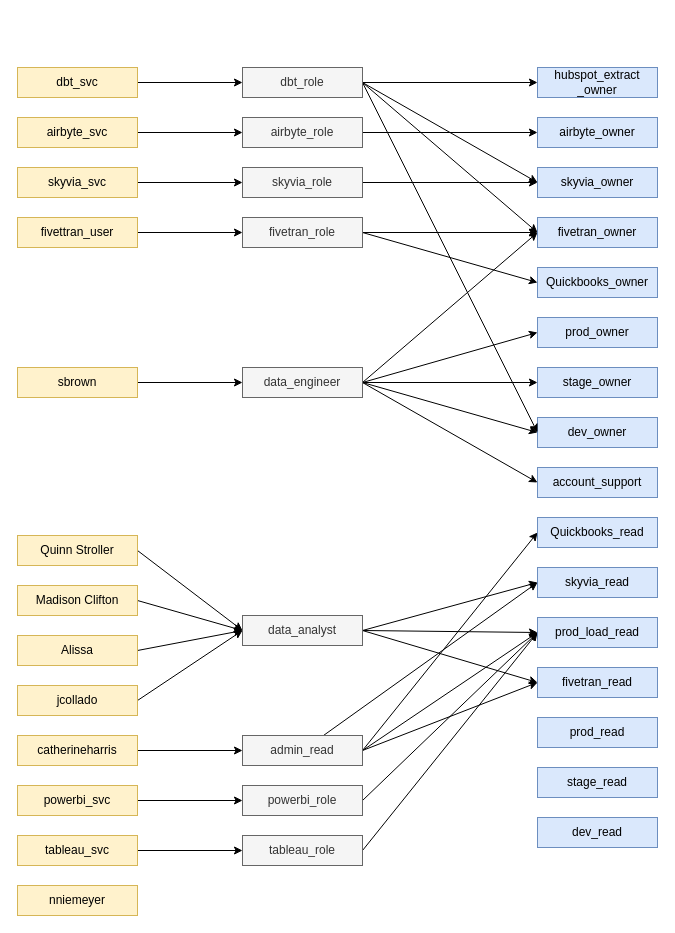
The draw.io diagram Documentation/Snowflake Security Diagram.drawio in samsolo512/Transactly, before the edit. Source tidied: cells renumbered, new cells numbered last; positions are measured from the earlier drawing's top-left corner, leaving out a move shared by most shapes. Both pictures are drawn from the tidied source at 100%, with x=0, y=0 at pixel (17, 67).
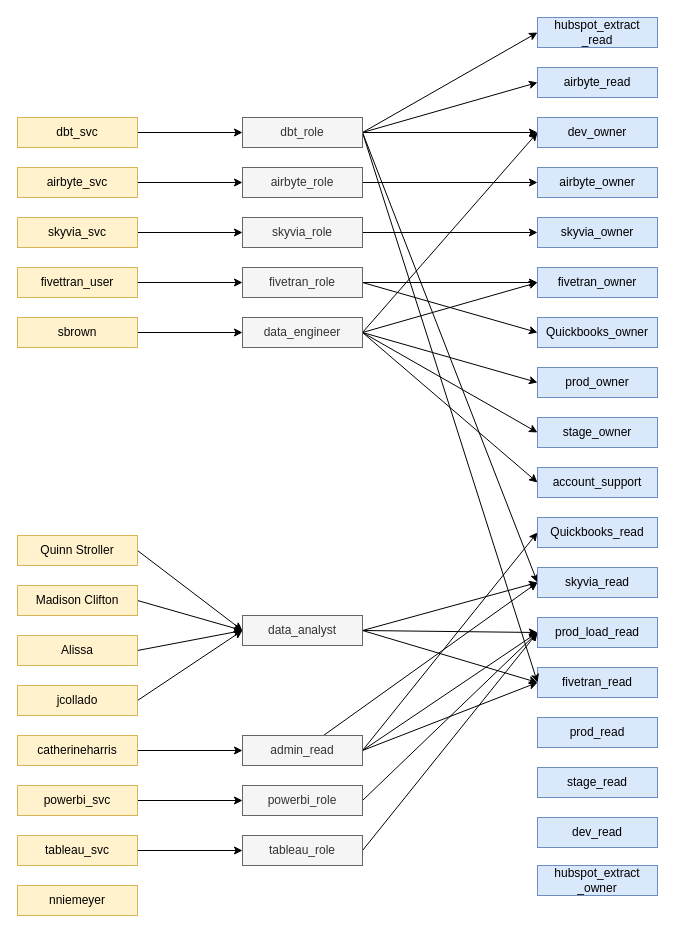
Above is the later version.

The change refers to these unchanged cells:
```xml
<mxCell id="27" value="fivetran_read" style="rounded=0;whiteSpace=wrap;html=1;fillColor=#dae8fc;strokeColor=#6c8ebf;" parent="1" vertex="1">
  <mxGeometry x="520" y="600" width="120" height="30" as="geometry" />
</mxCell>
<mxCell id="67" value="skyvia_read" style="rounded=0;whiteSpace=wrap;html=1;fillColor=#dae8fc;strokeColor=#6c8ebf;" parent="1" vertex="1">
  <mxGeometry x="520" y="500" width="120" height="30" as="geometry" />
</mxCell>
```

The edit, as a diff of the source:
```diff
@@
     <mxCell id="3" value="fivettran_user" style="rounded=0;whiteSpace=wrap;html=1;fillColor=#fff2cc;strokeColor=#d6b656;" parent="1" vertex="1">
-      <mxGeometry y="150" width="120" height="30" as="geometry" />
+      <mxGeometry y="200" width="120" height="30" as="geometry" />
     </mxCell>
@@
     <mxCell id="5" value="sbrown" style="rounded=0;whiteSpace=wrap;html=1;fillColor=#fff2cc;strokeColor=#d6b656;" parent="1" vertex="1">
-      <mxGeometry y="300" width="120" height="30" as="geometry" />
+      <mxGeometry y="250" width="120" height="30" as="geometry" />
     </mxCell>
@@
     <mxCell id="18" value="data_engineer" style="rounded=0;whiteSpace=wrap;html=1;fillColor=#f5f5f5;fontColor=#333333;strokeColor=#666666;" parent="1" vertex="1">
-      <mxGeometry x="225" y="300" width="120" height="30" as="geometry" />
+      <mxGeometry x="225" y="250" width="120" height="30" as="geometry" />
     </mxCell>
-    <mxCell id="19" style="edgeStyle=orthogonalEdgeStyle;rounded=0;jettySize=auto;html=1;entryX=0;entryY=0.5;entryDx=0;entryDy=0;" parent="1" edge="1" source="21" target="26">
+    <mxCell id="19" style="rounded=0;jettySize=auto;html=1;entryX=0;entryY=0.5;entryDx=0;entryDy=0;exitX=1;exitY=0.5;exitDx=0;exitDy=0;" parent="1" edge="1" source="21" target="26">
       <mxGeometry relative="1" as="geometry" />
     </mxCell>
@@
     <mxCell id="21" value="fivetran_role" style="rounded=0;whiteSpace=wrap;html=1;fillColor=#f5f5f5;fontColor=#333333;strokeColor=#666666;" parent="1" vertex="1">
-      <mxGeometry x="225" y="150" width="120" height="30" as="geometry" />
+      <mxGeometry x="225" y="200" width="120" height="30" as="geometry" />
     </mxCell>
@@
     <mxCell id="26" value="fivetran_owner" style="rounded=0;whiteSpace=wrap;html=1;fillColor=#dae8fc;strokeColor=#6c8ebf;" parent="1" vertex="1">
-      <mxGeometry x="520" y="150" width="120" height="30" as="geometry" />
+      <mxGeometry x="520" y="200" width="120" height="30" as="geometry" />
     </mxCell>
@@
     <mxCell id="29" value="dev_owner" style="rounded=0;whiteSpace=wrap;html=1;fillColor=#dae8fc;strokeColor=#6c8ebf;" parent="1" vertex="1">
-      <mxGeometry x="520" y="350" width="120" height="30" as="geometry" />
+      <mxGeometry x="520" y="50" width="120" height="30" as="geometry" />
     </mxCell>
@@
     <mxCell id="31" value="stage_owner" style="rounded=0;whiteSpace=wrap;html=1;fillColor=#dae8fc;strokeColor=#6c8ebf;" parent="1" vertex="1">
-      <mxGeometry x="520" y="300" width="120" height="30" as="geometry" />
+      <mxGeometry x="520" y="350" width="120" height="30" as="geometry" />
     </mxCell>
@@
     <mxCell id="34" value="prod_owner" style="rounded=0;whiteSpace=wrap;html=1;fillColor=#dae8fc;strokeColor=#6c8ebf;" parent="1" vertex="1">
-      <mxGeometry x="520" y="250" width="120" height="30" as="geometry" />
+      <mxGeometry x="520" y="300" width="120" height="30" as="geometry" />
     </mxCell>
@@
-    <mxCell id="45" style="edgeStyle=orthogonalEdgeStyle;rounded=0;jettySize=auto;html=1;entryX=0;entryY=0.5;entryDx=0;entryDy=0;" parent="1" edge="1" source="46" target="47">
+    <mxCell id="45" style="rounded=0;jettySize=auto;html=1;entryX=0;entryY=0.5;entryDx=0;entryDy=0;exitX=1;exitY=0.5;exitDx=0;exitDy=0;" parent="1" edge="1" source="46" target="47">
       <mxGeometry relative="1" as="geometry" />
     </mxCell>
     <mxCell id="46" value="airbyte_role" style="rounded=0;whiteSpace=wrap;html=1;fillColor=#f5f5f5;fontColor=#333333;strokeColor=#666666;" parent="1" vertex="1">
-      <mxGeometry x="225" y="50" width="120" height="30" as="geometry" />
+      <mxGeometry x="225" y="100" width="120" height="30" as="geometry" />
     </mxCell>
     <mxCell id="47" value="airbyte_owner" style="rounded=0;whiteSpace=wrap;html=1;fillColor=#dae8fc;strokeColor=#6c8ebf;" parent="1" vertex="1">
-      <mxGeometry x="520" y="50" width="120" height="30" as="geometry" />
+      <mxGeometry x="520" y="100" width="120" height="30" as="geometry" />
     </mxCell>
@@
     <mxCell id="49" value="airbyte_svc" style="rounded=0;whiteSpace=wrap;html=1;fillColor=#fff2cc;strokeColor=#d6b656;" parent="1" vertex="1">
-      <mxGeometry y="50" width="120" height="30" as="geometry" />
+      <mxGeometry y="100" width="120" height="30" as="geometry" />
     </mxCell>
@@
     <mxCell id="51" value="dbt_svc" style="rounded=0;whiteSpace=wrap;html=1;fillColor=#fff2cc;strokeColor=#d6b656;" parent="1" vertex="1">
-      <mxGeometry width="120" height="30" as="geometry" />
+      <mxGeometry y="50" width="120" height="30" as="geometry" />
     </mxCell>
@@
     <mxCell id="53" value="skyvia_svc" style="rounded=0;whiteSpace=wrap;html=1;fillColor=#fff2cc;strokeColor=#d6b656;" parent="1" vertex="1">
-      <mxGeometry y="100" width="120" height="30" as="geometry" />
+      <mxGeometry y="150" width="120" height="30" as="geometry" />
     </mxCell>
@@
-    <mxCell id="58" style="edgeStyle=orthogonalEdgeStyle;rounded=0;jettySize=auto;html=1;entryX=0;entryY=0.5;entryDx=0;entryDy=0;" parent="1" edge="1" source="59" target="65">
+    <mxCell id="58" style="rounded=0;jettySize=auto;html=1;entryX=0;entryY=0.5;entryDx=0;entryDy=0;exitX=1;exitY=0.5;exitDx=0;exitDy=0;" parent="1" edge="1" source="59" target="65">
       <mxGeometry relative="1" as="geometry" />
     </mxCell>
     <mxCell id="59" value="skyvia_role" style="rounded=0;whiteSpace=wrap;html=1;fillColor=#f5f5f5;fontColor=#333333;strokeColor=#666666;" parent="1" vertex="1">
-      <mxGeometry x="225" y="100" width="120" height="30" as="geometry" />
+      <mxGeometry x="225" y="150" width="120" height="30" as="geometry" />
     </mxCell>
-    <mxCell id="60" style="edgeStyle=orthogonalEdgeStyle;rounded=0;jettySize=auto;html=1;entryX=0;entryY=0.5;entryDx=0;entryDy=0;" parent="1" edge="1" source="64" target="66">
+    <mxCell id="60" style="rounded=0;jettySize=auto;html=1;entryX=0;entryY=0.5;entryDx=0;entryDy=0;exitX=1;exitY=0.5;exitDx=0;exitDy=0;" parent="1" edge="1" source="64" target="76">
       <mxGeometry relative="1" as="geometry" />
     </mxCell>
-    <mxCell id="61" style="rounded=0;jettySize=auto;html=1;entryX=0;entryY=0.5;entryDx=0;entryDy=0;exitX=1;exitY=0.5;exitDx=0;exitDy=0;" parent="1" edge="1" source="64" target="65">
+    <mxCell id="61" style="rounded=0;jettySize=auto;html=1;entryX=0;entryY=0.5;entryDx=0;entryDy=0;exitX=1;exitY=0.5;exitDx=0;exitDy=0;" parent="1" edge="1" source="64" target="67">
       <mxGeometry relative="1" as="geometry" />
     </mxCell>
-    <mxCell id="62" style="edgeStyle=none;rounded=0;jettySize=auto;html=1;entryX=0;entryY=0.5;entryDx=0;entryDy=0;exitX=1;exitY=0.5;exitDx=0;exitDy=0;" parent="1" edge="1" source="64" target="26">
+    <mxCell id="62" style="edgeStyle=none;rounded=0;jettySize=auto;html=1;entryX=0;entryY=0.5;entryDx=0;entryDy=0;exitX=1;exitY=0.5;exitDx=0;exitDy=0;" parent="1" edge="1" source="64" target="27">
       <mxGeometry relative="1" as="geometry" />
     </mxCell>
@@
+    <mxCell id="74" style="rounded=0;jettySize=auto;html=1;entryX=0;entryY=0.5;entryDx=0;entryDy=0;exitX=1;exitY=0.5;exitDx=0;exitDy=0;" parent="1" edge="1" source="64" target="75">
+      <mxGeometry relative="1" as="geometry" />
+    </mxCell>
     <mxCell id="64" value="dbt_role" style="rounded=0;whiteSpace=wrap;html=1;fillColor=#f5f5f5;fontColor=#333333;strokeColor=#666666;" parent="1" vertex="1">
-      <mxGeometry x="225" width="120" height="30" as="geometry" />
+      <mxGeometry x="225" y="50" width="120" height="30" as="geometry" />
     </mxCell>
     <mxCell id="65" value="skyvia_owner" style="rounded=0;whiteSpace=wrap;html=1;fillColor=#dae8fc;strokeColor=#6c8ebf;" parent="1" vertex="1">
-      <mxGeometry x="520" y="100" width="120" height="30" as="geometry" />
+      <mxGeometry x="520" y="150" width="120" height="30" as="geometry" />
     </mxCell>
     <mxCell id="66" value="hubspot_extract&lt;br&gt;_owner" style="rounded=0;whiteSpace=wrap;html=1;fillColor=#dae8fc;strokeColor=#6c8ebf;" parent="1" vertex="1">
-      <mxGeometry x="520" width="120" height="30" as="geometry" />
+      <mxGeometry x="520" y="798" width="120" height="30" as="geometry" />
     </mxCell>
@@
     <mxCell id="68" value="Quickbooks_owner" style="rounded=0;whiteSpace=wrap;html=1;fillColor=#dae8fc;strokeColor=#6c8ebf;" parent="1" vertex="1">
-      <mxGeometry x="520" y="200" width="120" height="30" as="geometry" />
+      <mxGeometry x="520" y="250" width="120" height="30" as="geometry" />
     </mxCell>
@@
+    <mxCell id="75" value="airbyte_read" style="rounded=0;whiteSpace=wrap;html=1;fillColor=#dae8fc;strokeColor=#6c8ebf;" parent="1" vertex="1">
+      <mxGeometry x="520" width="120" height="30" as="geometry" />
+    </mxCell>
+    <mxCell id="76" value="hubspot_extract&lt;br&gt;_read" style="rounded=0;whiteSpace=wrap;html=1;fillColor=#dae8fc;strokeColor=#6c8ebf;" parent="1" vertex="1">
+      <mxGeometry x="520" y="-50" width="120" height="30" as="geometry" />
+    </mxCell>
```
